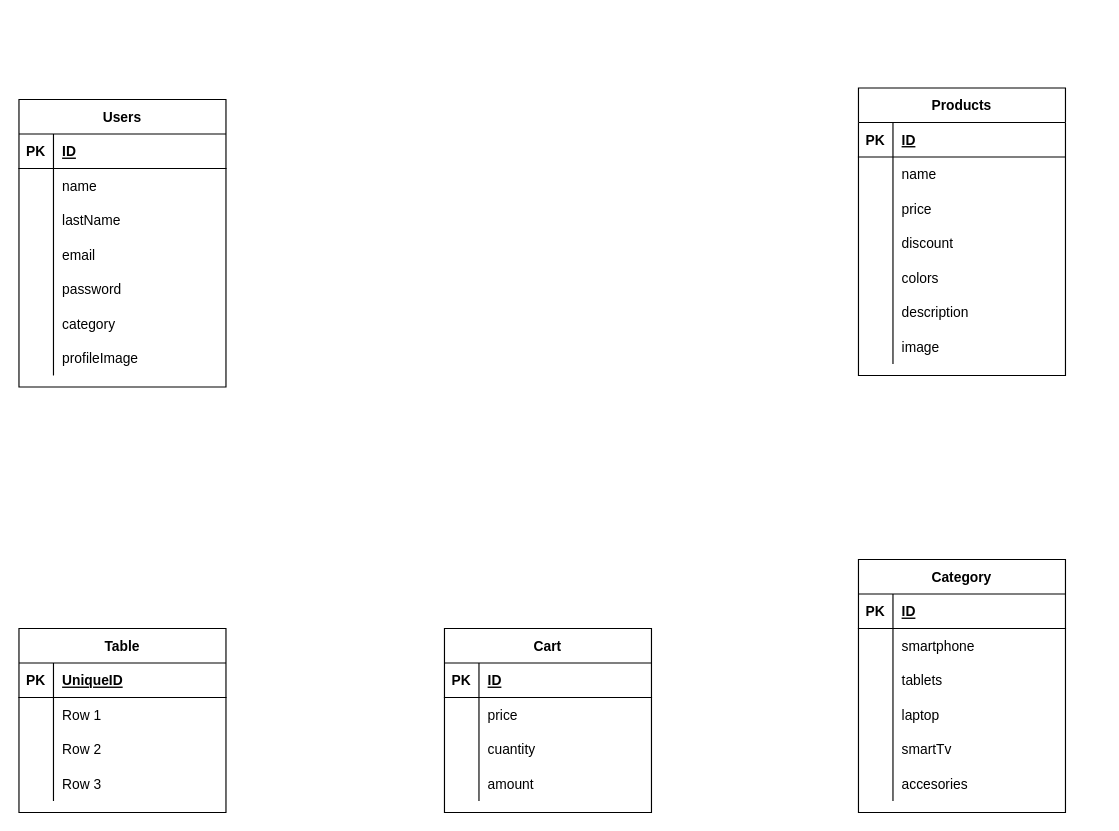
carlon702/Grupo_10_Ghemma keeps this draw.io diagram as esquema/grupo_10_ghemma.drawio. Above is the earlier version. Source tidied: cells renumbered, new cells numbered last; positions are measured from the earlier drawing's top-left corner, leaving out a move shared by most shapes. Both pictures are drawn from the tidied source at 115%, with x=0, y=0 at pixel (18, 87).
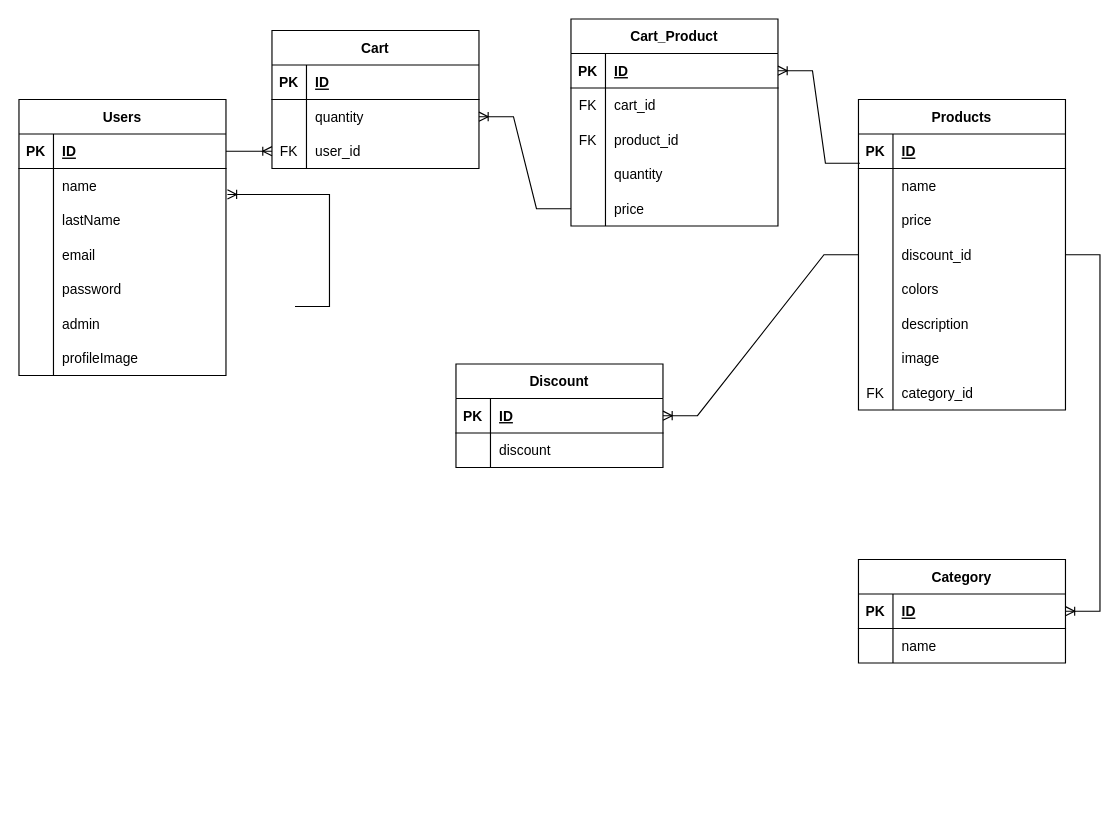
Above is the later version.

Unchanged cells that the change refers to:
```xml
<mxCell id="3" style="shape=tableRow;horizontal=0;startSize=0;swimlaneHead=0;swimlaneBody=0;fillColor=none;points=[[0,0.5],[1,0.5]];portConstraint=eastwest;top=0;left=0;right=0;bottom=1;" parent="2" vertex="1">
  <mxGeometry y="30" width="180" height="30" as="geometry" />
</mxCell>
<mxCell id="6" style="shape=tableRow;horizontal=0;startSize=0;swimlaneHead=0;swimlaneBody=0;fillColor=none;points=[[0,0.5],[1,0.5]];portConstraint=eastwest;top=0;left=0;right=0;bottom=0;" parent="2" vertex="1">
  <mxGeometry y="60" width="180" height="30" as="geometry" />
</mxCell>
<mxCell id="18" style="shape=tableRow;horizontal=0;startSize=0;swimlaneHead=0;swimlaneBody=0;fillColor=none;top=0;left=0;right=0;bottom=0;" parent="2" vertex="1">
  <mxGeometry y="180" width="180" height="30" as="geometry" />
</mxCell>
<mxCell id="28" style="shape=tableRow;horizontal=0;startSize=0;swimlaneHead=0;swimlaneBody=0;fillColor=none;points=[[0,0.5],[1,0.5]];portConstraint=eastwest;top=0;left=0;right=0;bottom=0;" parent="24" vertex="1">
  <mxGeometry y="60" width="180" height="30" as="geometry" />
</mxCell>
<mxCell id="34" style="shape=tableRow;horizontal=0;startSize=0;swimlaneHead=0;swimlaneBody=0;fillColor=none;points=[[0,0.5],[1,0.5]];portConstraint=eastwest;top=0;left=0;right=0;bottom=0;" parent="24" vertex="1">
  <mxGeometry y="120" width="180" height="30" as="geometry" />
</mxCell>
<mxCell id="47" style="shape=tableRow;horizontal=0;startSize=0;swimlaneHead=0;swimlaneBody=0;fillColor=none;points=[[0,0.5],[1,0.5]];portConstraint=eastwest;top=0;left=0;right=0;bottom=1;" parent="46" vertex="1">
  <mxGeometry y="30" width="180" height="30" as="geometry" />
</mxCell>
<mxCell id="50" style="shape=tableRow;horizontal=0;startSize=0;swimlaneHead=0;swimlaneBody=0;fillColor=none;top=0;left=0;right=0;bottom=0;" parent="46" vertex="1">
  <mxGeometry y="60" width="180" height="30" as="geometry" />
</mxCell>
<mxCell id="60" style="shape=tableRow;horizontal=0;startSize=0;swimlaneHead=0;swimlaneBody=0;fillColor=none;points=[[0,0.5],[1,0.5]];portConstraint=eastwest;top=0;left=0;right=0;bottom=1;" parent="59" vertex="1">
  <mxGeometry y="30" width="180" height="30" as="geometry" />
</mxCell>
<mxCell id="63" style="shape=tableRow;horizontal=0;startSize=0;swimlaneHead=0;swimlaneBody=0;fillColor=none;top=0;left=0;right=0;bottom=0;" parent="59" vertex="1">
  <mxGeometry y="60" width="180" height="30" as="geometry" />
</mxCell>
```

Diff of the diagram source:
```diff
@@
+    <mxCell id="91" style="edgeStyle=entityRelationEdgeStyle;fontSize=12;html=1;endArrow=ERoneToMany;rounded=0;entryX=1.007;entryY=0.753;entryDx=0;entryDy=0;entryPerimeter=0;exitX=0;exitY=0.5;exitDx=0;exitDy=0;" parent="1" edge="1" target="6">
+      <mxGeometry relative="1" as="geometry">
+        <mxPoint x="240" y="190" as="sourcePoint" />
+      </mxGeometry>
+    </mxCell>
     <mxCell id="2" value="Users" style="shape=table;startSize=30;childLayout=tableLayout;rowLines=0;fontStyle=1;align=center;" parent="1" vertex="1">
-      <mxGeometry y="10" width="180" height="250" as="geometry" />
+      <mxGeometry y="10" width="180" height="240" as="geometry" />
     </mxCell>
@@
-    <mxCell id="20" value="category" style="shape=partialRectangle;fillColor=none;top=0;left=0;bottom=0;right=0;align=left;spacingLeft=6;overflow=hidden;" parent="18" vertex="1">
+    <mxCell id="20" value="admin" style="shape=partialRectangle;fillColor=none;top=0;left=0;bottom=0;right=0;align=left;spacingLeft=6;overflow=hidden;" parent="18" vertex="1">
       <mxGeometry x="30" width="150" height="30" as="geometry" />
     </mxCell>
@@
     <mxCell id="24" value="Products" style="shape=table;startSize=30;childLayout=tableLayout;rowLines=0;fontStyle=1;align=center;" parent="1" vertex="1">
-      <mxGeometry x="730" width="180" height="250" as="geometry" />
+      <mxGeometry x="730" y="10" width="180" height="270" as="geometry" />
     </mxCell>
@@
-    <mxCell id="36" value="discount" style="shape=partialRectangle;fillColor=none;top=0;left=0;bottom=0;right=0;align=left;spacingLeft=6;overflow=hidden;" parent="34" vertex="1">
+    <mxCell id="36" value="discount_id" style="shape=partialRectangle;fillColor=none;top=0;left=0;bottom=0;right=0;align=left;spacingLeft=6;overflow=hidden;" parent="34" vertex="1">
       <mxGeometry x="30" width="150" height="30" as="geometry" />
     </mxCell>
@@
+    <mxCell id="92" style="shape=tableRow;horizontal=0;startSize=0;swimlaneHead=0;swimlaneBody=0;fillColor=none;top=0;left=0;right=0;bottom=0;" parent="24" vertex="1">
+      <mxGeometry y="240" width="180" height="30" as="geometry" />
+    </mxCell>
+    <mxCell id="93" value="FK" style="shape=partialRectangle;fillColor=none;top=0;left=0;bottom=0;right=0;overflow=hidden;" parent="92" vertex="1">
+      <mxGeometry width="30" height="30" as="geometry" />
+    </mxCell>
+    <mxCell id="94" value="category_id" style="shape=partialRectangle;fillColor=none;top=0;left=0;bottom=0;right=0;align=left;spacingLeft=6;overflow=hidden;" parent="92" vertex="1">
+      <mxGeometry x="30" width="150" height="30" as="geometry" />
+    </mxCell>
-    <mxCell id="46" value="Table" style="shape=table;startSize=30;childLayout=tableLayout;rowLines=0;fontStyle=1;align=center;" parent="1" vertex="1">
-      <mxGeometry y="470" width="180" height="160" as="geometry" />
+    <mxCell id="46" value="Discount" style="shape=table;startSize=30;childLayout=tableLayout;rowLines=0;fontStyle=1;align=center;" parent="1" vertex="1">
+      <mxGeometry x="380" y="240" width="180" height="90" as="geometry" />
     </mxCell>
@@
-    <mxCell id="49" value="UniqueID" style="shape=partialRectangle;fillColor=none;top=0;left=0;bottom=0;right=0;align=left;spacingLeft=6;fontStyle=5;overflow=hidden;" parent="47" vertex="1">
+    <mxCell id="49" value="ID" style="shape=partialRectangle;fillColor=none;top=0;left=0;bottom=0;right=0;align=left;spacingLeft=6;fontStyle=5;overflow=hidden;" parent="47" vertex="1">
       <mxGeometry x="30" width="150" height="30" as="geometry" />
     </mxCell>
@@
-    <mxCell id="52" value="Row 1" style="shape=partialRectangle;fillColor=none;top=0;left=0;bottom=0;right=0;align=left;spacingLeft=6;overflow=hidden;" parent="50" vertex="1">
+    <mxCell id="52" value="discount" style="shape=partialRectangle;fillColor=none;top=0;left=0;bottom=0;right=0;align=left;spacingLeft=6;overflow=hidden;" parent="50" vertex="1">
       <mxGeometry x="30" width="150" height="30" as="geometry" />
     </mxCell>
-    <mxCell id="53" style="shape=tableRow;horizontal=0;startSize=0;swimlaneHead=0;swimlaneBody=0;fillColor=none;top=0;left=0;right=0;bottom=0;" parent="46" vertex="1">
-      <mxGeometry y="90" width="180" height="30" as="geometry" />
-    </mxCell>
-    <mxCell id="54" style="shape=partialRectangle;fillColor=none;top=0;left=0;bottom=0;right=0;overflow=hidden;" parent="53" vertex="1">
-      <mxGeometry width="30" height="30" as="geometry" />
-    </mxCell>
-    <mxCell id="55" value="Row 2" style="shape=partialRectangle;fillColor=none;top=0;left=0;bottom=0;right=0;align=left;spacingLeft=6;overflow=hidden;" parent="53" vertex="1">
-      <mxGeometry x="30" width="150" height="30" as="geometry" />
-    </mxCell>
-    <mxCell id="56" style="shape=tableRow;horizontal=0;startSize=0;swimlaneHead=0;swimlaneBody=0;fillColor=none;top=0;left=0;right=0;bottom=0;" parent="46" vertex="1">
-      <mxGeometry y="120" width="180" height="30" as="geometry" />
-    </mxCell>
-    <mxCell id="57" style="shape=partialRectangle;fillColor=none;top=0;left=0;bottom=0;right=0;overflow=hidden;" parent="56" vertex="1">
-      <mxGeometry width="30" height="30" as="geometry" />
-    </mxCell>
-    <mxCell id="58" value="Row 3" style="shape=partialRectangle;fillColor=none;top=0;left=0;bottom=0;right=0;align=left;spacingLeft=6;overflow=hidden;" parent="56" vertex="1">
-      <mxGeometry x="30" width="150" height="30" as="geometry" />
-    </mxCell>
     <mxCell id="59" value="Category" style="shape=table;startSize=30;childLayout=tableLayout;rowLines=0;fontStyle=1;align=center;" parent="1" vertex="1">
-      <mxGeometry x="730" y="410" width="180" height="220" as="geometry" />
+      <mxGeometry x="730" y="410" width="180" height="90" as="geometry" />
     </mxCell>
@@
-    <mxCell id="65" value="smartphone" style="shape=partialRectangle;fillColor=none;top=0;left=0;bottom=0;right=0;align=left;spacingLeft=6;overflow=hidden;" parent="63" vertex="1">
+    <mxCell id="65" value="name" style="shape=partialRectangle;fillColor=none;top=0;left=0;bottom=0;right=0;align=left;spacingLeft=6;overflow=hidden;" parent="63" vertex="1">
       <mxGeometry x="30" width="150" height="30" as="geometry" />
     </mxCell>
-    <mxCell id="66" style="shape=tableRow;horizontal=0;startSize=0;swimlaneHead=0;swimlaneBody=0;fillColor=none;top=0;left=0;right=0;bottom=0;" parent="59" vertex="1">
-      <mxGeometry y="90" width="180" height="30" as="geometry" />
-    </mxCell>
-    <mxCell id="67" style="shape=partialRectangle;fillColor=none;top=0;left=0;bottom=0;right=0;overflow=hidden;" parent="66" vertex="1">
-      <mxGeometry width="30" height="30" as="geometry" />
-    </mxCell>
-    <mxCell id="68" value="tablets" style="shape=partialRectangle;fillColor=none;top=0;left=0;bottom=0;right=0;align=left;spacingLeft=6;overflow=hidden;" parent="66" vertex="1">
-      <mxGeometry x="30" width="150" height="30" as="geometry" />
-    </mxCell>
-    <mxCell id="69" style="shape=tableRow;horizontal=0;startSize=0;swimlaneHead=0;swimlaneBody=0;fillColor=none;top=0;left=0;right=0;bottom=0;" parent="59" vertex="1">
-      <mxGeometry y="120" width="180" height="30" as="geometry" />
-    </mxCell>
-    <mxCell id="70" style="shape=partialRectangle;fillColor=none;top=0;left=0;bottom=0;right=0;overflow=hidden;" parent="69" vertex="1">
-      <mxGeometry width="30" height="30" as="geometry" />
-    </mxCell>
-    <mxCell id="71" value="laptop" style="shape=partialRectangle;fillColor=none;top=0;left=0;bottom=0;right=0;align=left;spacingLeft=6;overflow=hidden;" parent="69" vertex="1">
-      <mxGeometry x="30" width="150" height="30" as="geometry" />
-    </mxCell>
-    <mxCell id="72" style="shape=tableRow;horizontal=0;startSize=0;swimlaneHead=0;swimlaneBody=0;fillColor=none;points=[[0,0.5],[1,0.5]];portConstraint=eastwest;top=0;left=0;right=0;bottom=0;" parent="59" vertex="1">
-      <mxGeometry y="150" width="180" height="30" as="geometry" />
-    </mxCell>
-    <mxCell id="73" style="shape=partialRectangle;fillColor=none;top=0;left=0;bottom=0;right=0;overflow=hidden;" parent="72" vertex="1">
-      <mxGeometry width="30" height="30" as="geometry" />
-    </mxCell>
-    <mxCell id="74" value="smartTv" style="shape=partialRectangle;fillColor=none;top=0;left=0;bottom=0;right=0;align=left;spacingLeft=6;overflow=hidden;" parent="72" vertex="1">
-      <mxGeometry x="30" width="150" height="30" as="geometry" />
-    </mxCell>
-    <mxCell id="75" style="shape=tableRow;horizontal=0;startSize=0;swimlaneHead=0;swimlaneBody=0;fillColor=none;top=0;left=0;right=0;bottom=0;" parent="59" vertex="1">
-      <mxGeometry y="180" width="180" height="30" as="geometry" />
-    </mxCell>
-    <mxCell id="76" style="shape=partialRectangle;fillColor=none;top=0;left=0;bottom=0;right=0;overflow=hidden;" parent="75" vertex="1">
-      <mxGeometry width="30" height="30" as="geometry" />
-    </mxCell>
-    <mxCell id="77" value="accesories" style="shape=partialRectangle;fillColor=none;top=0;left=0;bottom=0;right=0;align=left;spacingLeft=6;overflow=hidden;" parent="75" vertex="1">
-      <mxGeometry x="30" width="150" height="30" as="geometry" />
-    </mxCell>
     <mxCell id="78" value="Cart" style="shape=table;startSize=30;childLayout=tableLayout;rowLines=0;fontStyle=1;align=center;" parent="1" vertex="1">
-      <mxGeometry x="370" y="470" width="180" height="160" as="geometry" />
+      <mxGeometry x="220" y="-50" width="180" height="120" as="geometry" />
     </mxCell>
@@
-    <mxCell id="82" style="shape=tableRow;horizontal=0;startSize=0;swimlaneHead=0;swimlaneBody=0;fillColor=none;top=0;left=0;right=0;bottom=0;" parent="78" vertex="1">
-      <mxGeometry y="60" width="180" height="30" as="geometry" />
-    </mxCell>
-    <mxCell id="83" style="shape=partialRectangle;fillColor=none;top=0;left=0;bottom=0;right=0;overflow=hidden;" parent="82" vertex="1">
-      <mxGeometry width="30" height="30" as="geometry" />
-    </mxCell>
+    <mxCell id="95" style="shape=tableRow;horizontal=0;startSize=0;swimlaneHead=0;swimlaneBody=0;fillColor=none;points=[[0,0.5],[1,0.5]];portConstraint=eastwest;top=0;left=0;right=0;bottom=0;" parent="78" vertex="1">
+      <mxGeometry y="60" width="180" height="30" as="geometry" />
+    </mxCell>
+    <mxCell id="96" style="shape=partialRectangle;fillColor=none;top=0;left=0;bottom=0;right=0;overflow=hidden;" parent="95" vertex="1">
+      <mxGeometry width="30" height="30" as="geometry" />
+    </mxCell>
+    <mxCell id="97" value="quantity" style="shape=partialRectangle;fillColor=none;top=0;left=0;bottom=0;right=0;align=left;spacingLeft=6;overflow=hidden;" parent="95" vertex="1">
+      <mxGeometry x="30" width="150" height="30" as="geometry" />
+    </mxCell>
+    <mxCell id="98" style="shape=tableRow;horizontal=0;startSize=0;swimlaneHead=0;swimlaneBody=0;fillColor=none;points=[[0,0.5],[1,0.5]];portConstraint=eastwest;top=0;left=0;right=0;bottom=0;" parent="78" vertex="1">
+      <mxGeometry y="90" width="180" height="30" as="geometry" />
+    </mxCell>
+    <mxCell id="99" value="FK" style="shape=partialRectangle;fillColor=none;top=0;left=0;bottom=0;right=0;overflow=hidden;" parent="98" vertex="1">
+      <mxGeometry width="30" height="30" as="geometry" />
+    </mxCell>
+    <mxCell id="100" value="user_id" style="shape=partialRectangle;fillColor=none;top=0;left=0;bottom=0;right=0;align=left;spacingLeft=6;overflow=hidden;" parent="98" vertex="1">
+      <mxGeometry x="30" width="150" height="30" as="geometry" />
+    </mxCell>
+    <mxCell id="101" style="edgeStyle=entityRelationEdgeStyle;fontSize=12;html=1;endArrow=ERoneToMany;rounded=0;exitX=0.007;exitY=-0.152;exitDx=0;exitDy=0;exitPerimeter=0;entryX=1;entryY=0.5;entryDx=0;entryDy=0;" parent="1" edge="1" source="28" target="106">
+      <mxGeometry relative="1" as="geometry" />
+    </mxCell>
+    <mxCell id="102" style="edgeStyle=entityRelationEdgeStyle;fontSize=12;html=1;endArrow=ERoneToMany;rounded=0;exitX=1;exitY=0.5;exitDx=0;exitDy=0;entryX=1;entryY=0.5;entryDx=0;entryDy=0;" parent="1" edge="1" source="34" target="60">
+      <mxGeometry relative="1" as="geometry" />
+    </mxCell>
+    <mxCell id="103" style="edgeStyle=entityRelationEdgeStyle;fontSize=12;html=1;endArrow=ERoneToMany;rounded=0;entryX=0;entryY=0.5;entryDx=0;entryDy=0;exitX=1;exitY=0.5;exitDx=0;exitDy=0;" parent="1" edge="1" source="3" target="98">
+      <mxGeometry relative="1" as="geometry" />
+    </mxCell>
+    <mxCell id="104" style="edgeStyle=entityRelationEdgeStyle;fontSize=12;html=1;endArrow=ERoneToMany;rounded=0;entryX=1;entryY=0.5;entryDx=0;entryDy=0;exitX=0;exitY=0.5;exitDx=0;exitDy=0;" parent="1" edge="1" source="34" target="47">
+      <mxGeometry relative="1" as="geometry" />
+    </mxCell>
+    <mxCell id="105" value="Cart_Product" style="shape=table;startSize=30;childLayout=tableLayout;rowLines=0;fontStyle=1;align=center;" parent="1" vertex="1">
+      <mxGeometry x="480" y="-60" width="180" height="180" as="geometry" />
+    </mxCell>
+    <mxCell id="106" style="shape=tableRow;horizontal=0;startSize=0;swimlaneHead=0;swimlaneBody=0;fillColor=none;points=[[0,0.5],[1,0.5]];portConstraint=eastwest;top=0;left=0;right=0;bottom=1;" parent="105" vertex="1">
+      <mxGeometry y="30" width="180" height="30" as="geometry" />
+    </mxCell>
+    <mxCell id="107" value="PK" style="shape=partialRectangle;fillColor=none;top=0;left=0;bottom=0;right=0;fontStyle=1;overflow=hidden;" parent="106" vertex="1">
+      <mxGeometry width="30" height="30" as="geometry" />
+    </mxCell>
+    <mxCell id="108" value="ID" style="shape=partialRectangle;fillColor=none;top=0;left=0;bottom=0;right=0;align=left;spacingLeft=6;fontStyle=5;overflow=hidden;" parent="106" vertex="1">
+      <mxGeometry x="30" width="150" height="30" as="geometry" />
+    </mxCell>
+    <mxCell id="109" style="shape=tableRow;horizontal=0;startSize=0;swimlaneHead=0;swimlaneBody=0;fillColor=none;top=0;left=0;right=0;bottom=0;" parent="105" vertex="1">
+      <mxGeometry y="60" width="180" height="30" as="geometry" />
+    </mxCell>
+    <mxCell id="110" value="FK" style="shape=partialRectangle;fillColor=none;top=0;left=0;bottom=0;right=0;overflow=hidden;" parent="109" vertex="1">
+      <mxGeometry width="30" height="30" as="geometry" />
+    </mxCell>
+    <mxCell id="111" value="cart_id" style="shape=partialRectangle;fillColor=none;top=0;left=0;bottom=0;right=0;align=left;spacingLeft=6;overflow=hidden;" parent="109" vertex="1">
+      <mxGeometry x="30" width="150" height="30" as="geometry" />
+    </mxCell>
+    <mxCell id="112" style="shape=tableRow;horizontal=0;startSize=0;swimlaneHead=0;swimlaneBody=0;fillColor=none;top=0;left=0;right=0;bottom=0;" parent="105" vertex="1">
+      <mxGeometry y="90" width="180" height="30" as="geometry" />
+    </mxCell>
+    <mxCell id="113" value="FK" style="shape=partialRectangle;fillColor=none;top=0;left=0;bottom=0;right=0;overflow=hidden;" parent="112" vertex="1">
+      <mxGeometry width="30" height="30" as="geometry" />
+    </mxCell>
+    <mxCell id="114" value="product_id" style="shape=partialRectangle;fillColor=none;top=0;left=0;bottom=0;right=0;align=left;spacingLeft=6;overflow=hidden;" parent="112" vertex="1">
+      <mxGeometry x="30" width="150" height="30" as="geometry" />
+    </mxCell>
+    <mxCell id="115" style="shape=tableRow;horizontal=0;startSize=0;swimlaneHead=0;swimlaneBody=0;fillColor=none;top=0;left=0;right=0;bottom=0;" parent="105" vertex="1">
+      <mxGeometry y="120" width="180" height="30" as="geometry" />
+    </mxCell>
+    <mxCell id="116" style="shape=partialRectangle;fillColor=none;top=0;left=0;bottom=0;right=0;overflow=hidden;" parent="115" vertex="1">
+      <mxGeometry width="30" height="30" as="geometry" />
+    </mxCell>
+    <mxCell id="117" value="quantity" style="shape=partialRectangle;fillColor=none;top=0;left=0;bottom=0;right=0;align=left;spacingLeft=6;overflow=hidden;" parent="115" vertex="1">
+      <mxGeometry x="30" width="150" height="30" as="geometry" />
+    </mxCell>
+    <mxCell id="72" style="shape=tableRow;horizontal=0;startSize=0;swimlaneHead=0;swimlaneBody=0;fillColor=none;points=[[0,0.5],[1,0.5]];portConstraint=eastwest;top=0;left=0;right=0;bottom=0;" parent="105" vertex="1">
+      <mxGeometry y="150" width="180" height="30" as="geometry" />
+    </mxCell>
+    <mxCell id="118" style="shape=partialRectangle;fillColor=none;top=0;left=0;bottom=0;right=0;overflow=hidden;" parent="72" vertex="1">
+      <mxGeometry width="30" height="30" as="geometry" />
+    </mxCell>
-    <mxCell id="84" value="price" style="shape=partialRectangle;fillColor=none;top=0;left=0;bottom=0;right=0;align=left;spacingLeft=6;overflow=hidden;" parent="82" vertex="1">
+    <mxCell id="84" value="price" style="shape=partialRectangle;fillColor=none;top=0;left=0;bottom=0;right=0;align=left;spacingLeft=6;overflow=hidden;" parent="72" vertex="1">
       <mxGeometry x="30" width="150" height="30" as="geometry" />
     </mxCell>
-    <mxCell id="85" style="shape=tableRow;horizontal=0;startSize=0;swimlaneHead=0;swimlaneBody=0;fillColor=none;top=0;left=0;right=0;bottom=0;" parent="78" vertex="1">
-      <mxGeometry y="90" width="180" height="30" as="geometry" />
-    </mxCell>
-    <mxCell id="86" style="shape=partialRectangle;fillColor=none;top=0;left=0;bottom=0;right=0;overflow=hidden;" parent="85" vertex="1">
-      <mxGeometry width="30" height="30" as="geometry" />
-    </mxCell>
-    <mxCell id="87" value="cuantity" style="shape=partialRectangle;fillColor=none;top=0;left=0;bottom=0;right=0;align=left;spacingLeft=6;overflow=hidden;" parent="85" vertex="1">
-      <mxGeometry x="30" width="150" height="30" as="geometry" />
-    </mxCell>
-    <mxCell id="88" style="shape=tableRow;horizontal=0;startSize=0;swimlaneHead=0;swimlaneBody=0;fillColor=none;top=0;left=0;right=0;bottom=0;" parent="78" vertex="1">
-      <mxGeometry y="120" width="180" height="30" as="geometry" />
-    </mxCell>
-    <mxCell id="89" style="shape=partialRectangle;fillColor=none;top=0;left=0;bottom=0;right=0;overflow=hidden;" parent="88" vertex="1">
-      <mxGeometry width="30" height="30" as="geometry" />
-    </mxCell>
-    <mxCell id="90" value="amount" style="shape=partialRectangle;fillColor=none;top=0;left=0;bottom=0;right=0;align=left;spacingLeft=6;overflow=hidden;" parent="88" vertex="1">
-      <mxGeometry x="30" width="150" height="30" as="geometry" />
-    </mxCell>
+    <mxCell id="119" style="edgeStyle=entityRelationEdgeStyle;fontSize=12;html=1;endArrow=ERoneToMany;rounded=0;entryX=1;entryY=0.5;entryDx=0;entryDy=0;exitX=0;exitY=0.5;exitDx=0;exitDy=0;" parent="1" edge="1" source="72" target="95">
+      <mxGeometry relative="1" as="geometry" />
+    </mxCell>
```
